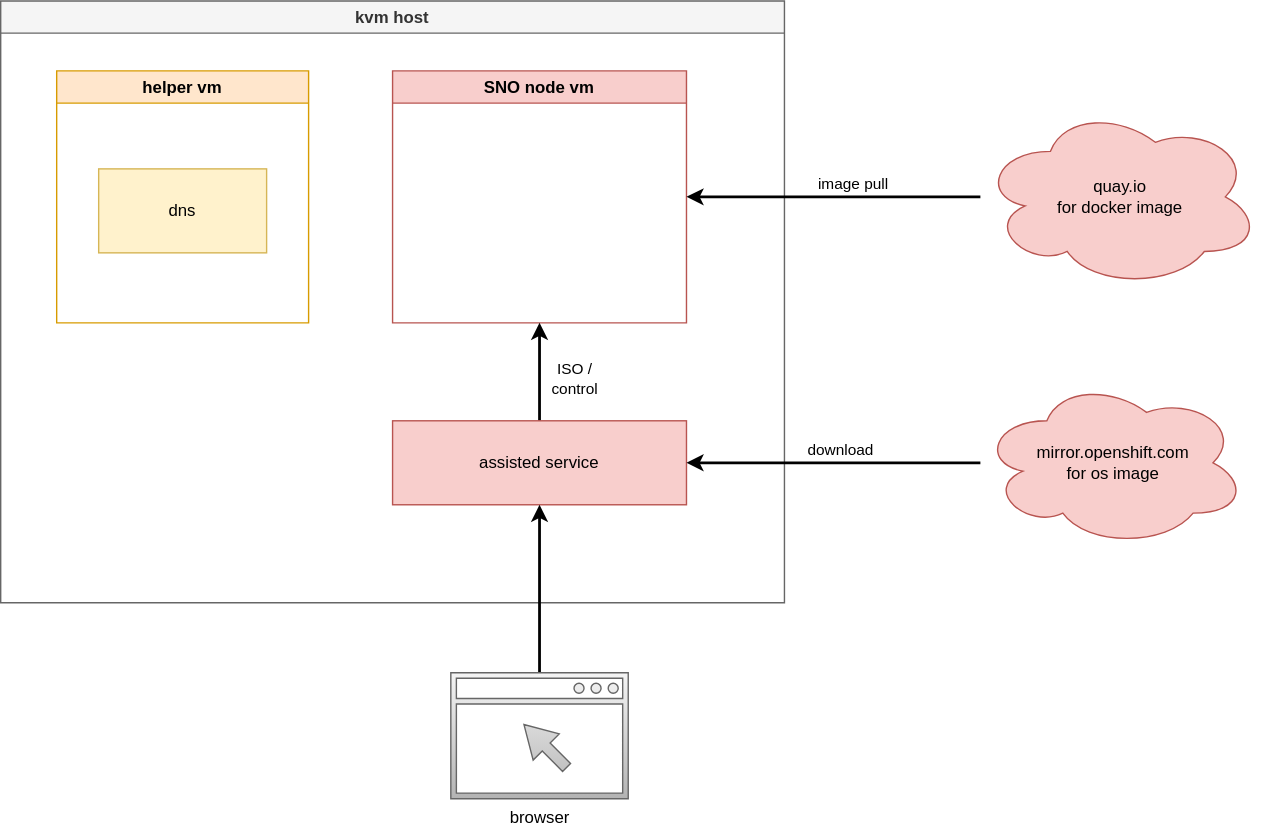
wangzheng422/docker_env keeps this draw.io diagram as redhat/ocp4/4.9/dia/4.9.ais.connected.static.ip.drawio.svg. Above is the earlier version. Source tidied: cells renumbered, new cells last; positions are measured from the earlier drawing's top-left corner, leaving out a move shared by most shapes.
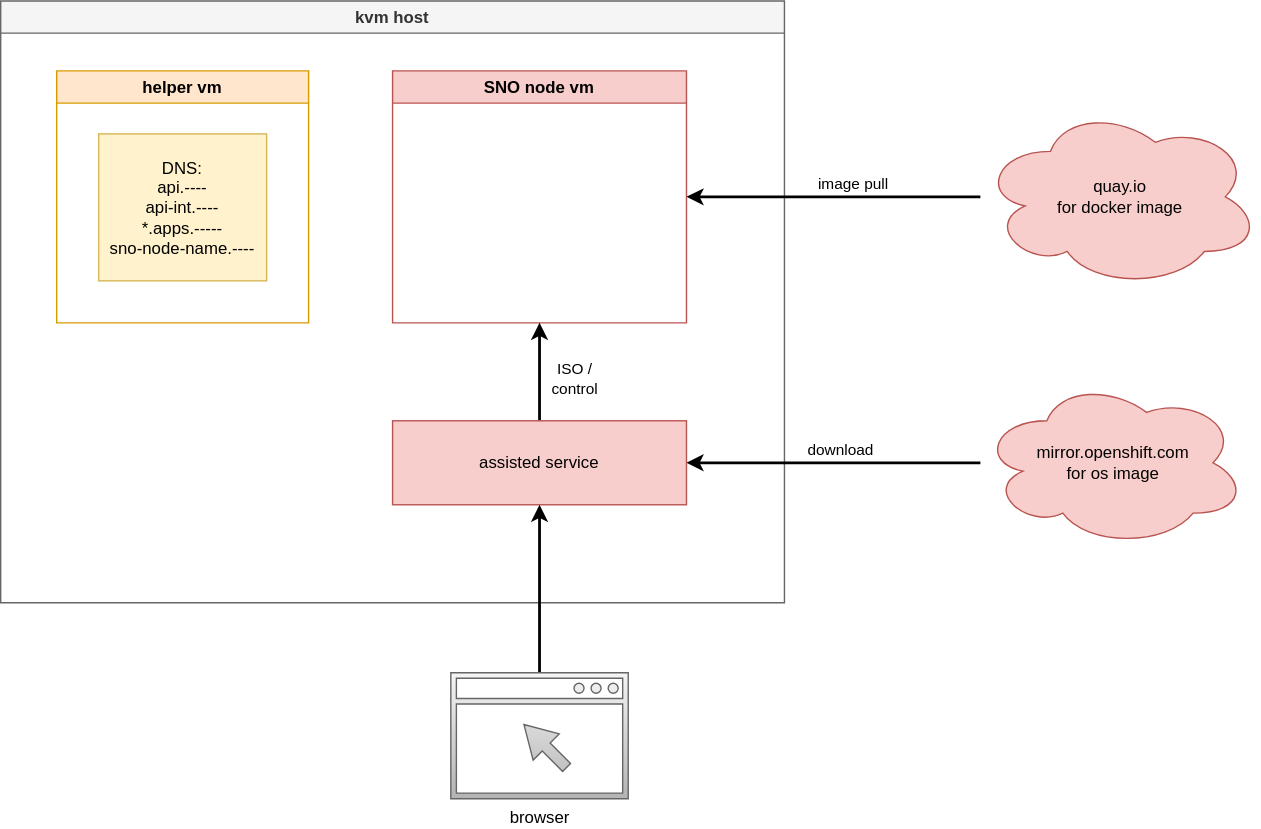
After the change.

Diff of the diagram source:
```diff
@@ -8,8 +8,8 @@
     <mxCell id="3" value="helper vm" style="swimlane;fillColor=#ffe6cc;strokeColor=#d79b00;" parent="2" vertex="1">
       <mxGeometry x="40" y="50" width="180" height="180" as="geometry" />
     </mxCell>
-    <mxCell id="4" value="dns" style="whiteSpace=wrap;html=1;fillColor=#fff2cc;strokeColor=#d6b656;" parent="3" vertex="1">
-      <mxGeometry x="30" y="70" width="120" height="60" as="geometry" />
+    <mxCell id="4" value="DNS:&lt;br&gt;api.----&lt;br&gt;api-int.----&lt;br&gt;*.apps.-----&lt;br&gt;sno-node-name.----" style="whiteSpace=wrap;html=1;fillColor=#fff2cc;strokeColor=#d6b656;" parent="3" vertex="1">
+      <mxGeometry x="30" y="45" width="120" height="105" as="geometry" />
     </mxCell>
     <mxCell id="5" value="SNO node vm" style="swimlane;fillColor=#f8cecc;strokeColor=#b85450;" parent="2" vertex="1">
       <mxGeometry x="280" y="50" width="210" height="180" as="geometry" />
```
